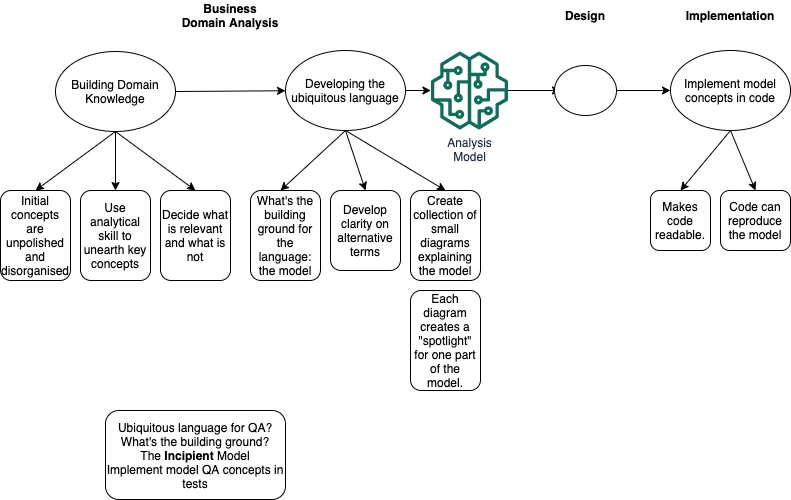
Before: domain-driven-design.png, a diagram exported from draw.io (s-gurjit/diagrams). Source tidied: cells renumbered, new cells last; positions are measured from the earlier drawing's top-left corner, leaving out a move shared by most shapes.
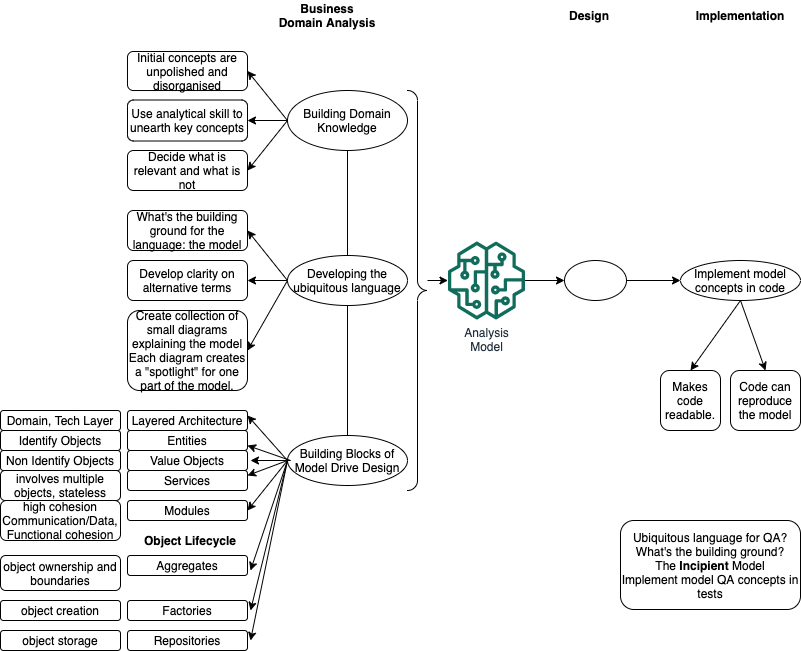
After the commit.

Change to the diagram source:
```diff
@@ -2,103 +2,193 @@
   <root>
     <mxCell id="0" />
     <mxCell id="1" parent="0" />
-    <mxCell id="2" style="rounded=0;jettySize=auto;html=1;exitX=0.5;exitY=1;exitDx=0;exitDy=0;" parent="1" edge="1" source="4" target="6">
+    <mxCell id="2" style="rounded=0;jettySize=auto;html=1;exitX=0;exitY=0.5;exitDx=0;exitDy=0;" parent="1" edge="1" source="4" target="6">
       <mxGeometry relative="1" as="geometry" />
     </mxCell>
-    <mxCell id="3" style="edgeStyle=none;rounded=0;jettySize=auto;html=1;" parent="1" edge="1" source="4" target="22">
-      <mxGeometry relative="1" as="geometry" />
-    </mxCell>
     <mxCell id="4" value="Building Domain Knowledge" style="ellipse;whiteSpace=wrap;html=1;" parent="1" vertex="1">
-      <mxGeometry x="55" y="51" width="120" height="80" as="geometry" />
+      <mxGeometry x="277" y="90" width="120" height="60" as="geometry" />
     </mxCell>
     <mxCell id="5" value="Initial concepts are unpolished and disorganised" style="rounded=1;whiteSpace=wrap;html=1;" parent="1" vertex="1">
-      <mxGeometry y="190" width="70" height="90" as="geometry" />
+      <mxGeometry x="117" y="51" width="120" height="39" as="geometry" />
     </mxCell>
     <mxCell id="6" value="Use analytical skill to unearth key concepts" style="rounded=1;whiteSpace=wrap;html=1;" parent="1" vertex="1">
-      <mxGeometry x="80" y="190" width="70" height="90" as="geometry" />
+      <mxGeometry x="117" y="99.5" width="120" height="41" as="geometry" />
     </mxCell>
     <mxCell id="7" value="Decide what is relevant and what is not" style="rounded=1;whiteSpace=wrap;html=1;" parent="1" vertex="1">
-      <mxGeometry x="160" y="190" width="70" height="90" as="geometry" />
+      <mxGeometry x="117" y="150" width="120" height="40" as="geometry" />
     </mxCell>
     <mxCell id="8" value="Ubiquitous language for QA?&lt;br&gt;What's the building ground?&lt;br&gt;The &lt;b&gt;Incipient&lt;/b&gt;&amp;nbsp;Model&lt;br&gt;Implement model QA concepts in tests" style="rounded=1;whiteSpace=wrap;html=1;" parent="1" vertex="1">
-      <mxGeometry x="105" y="410" width="180" height="89" as="geometry" />
+      <mxGeometry x="610" y="520" width="180" height="89" as="geometry" />
     </mxCell>
     <mxCell id="9" value="What's the building ground for the language: the model" style="rounded=1;whiteSpace=wrap;html=1;" parent="1" vertex="1">
-      <mxGeometry x="250" y="190" width="70" height="90" as="geometry" />
+      <mxGeometry x="117" y="210" width="120" height="40" as="geometry" />
     </mxCell>
-    <mxCell id="10" style="endArrow=classic;html=1;entryX=0.5;entryY=0;entryDx=0;entryDy=0;exitX=0.5;exitY=1;exitDx=0;exitDy=0;" parent="1" edge="1" source="4" target="5">
+    <mxCell id="10" style="endArrow=classic;html=1;entryX=1;entryY=0.5;entryDx=0;entryDy=0;exitX=0;exitY=0.5;exitDx=0;exitDy=0;" parent="1" edge="1" source="4" target="5">
       <mxGeometry relative="1" as="geometry" />
     </mxCell>
-    <mxCell id="11" style="rounded=0;jettySize=auto;html=1;entryX=0.5;entryY=0;entryDx=0;entryDy=0;exitX=0.5;exitY=1;exitDx=0;exitDy=0;" parent="1" edge="1" source="4" target="7">
+    <mxCell id="11" style="rounded=0;jettySize=auto;html=1;entryX=1;entryY=0.5;entryDx=0;entryDy=0;exitX=0;exitY=0.5;exitDx=0;exitDy=0;" parent="1" edge="1" source="4" target="7">
       <mxGeometry relative="1" as="geometry" />
     </mxCell>
-    <mxCell id="12" style="rounded=0;jettySize=auto;html=1;entryX=0.5;entryY=0;entryDx=0;entryDy=0;exitX=0.5;exitY=1;exitDx=0;exitDy=0;" parent="1" edge="1" source="22">
-      <mxGeometry relative="1" as="geometry">
-        <mxPoint x="280" y="190" as="targetPoint" />
-      </mxGeometry>
+    <mxCell id="12" style="rounded=0;jettySize=auto;html=1;entryX=1;entryY=0.5;entryDx=0;entryDy=0;exitX=0;exitY=0.5;exitDx=0;exitDy=0;" parent="1" edge="1" source="22" target="9">
+      <mxGeometry relative="1" as="geometry" />
     </mxCell>
     <mxCell id="13" value="Develop clarity on alternative terms" style="rounded=1;whiteSpace=wrap;html=1;" parent="1" vertex="1">
-      <mxGeometry x="330" y="190" width="70" height="80" as="geometry" />
+      <mxGeometry x="117" y="260" width="120" height="40" as="geometry" />
     </mxCell>
-    <mxCell id="14" style="endArrow=classic;html=1;entryX=0.5;entryY=0;entryDx=0;entryDy=0;exitX=0.5;exitY=1;exitDx=0;exitDy=0;" parent="1" edge="1" source="22" target="13">
+    <mxCell id="14" style="endArrow=classic;html=1;entryX=1;entryY=0.5;entryDx=0;entryDy=0;exitX=0;exitY=0.5;exitDx=0;exitDy=0;" parent="1" edge="1" source="22" target="13">
       <mxGeometry relative="1" as="geometry" />
     </mxCell>
     <mxCell id="15" value="Makes code readable." style="rounded=1;whiteSpace=wrap;html=1;" parent="1" vertex="1">
-      <mxGeometry x="650" y="190" width="60" height="60" as="geometry" />
+      <mxGeometry x="650" y="370" width="60" height="60" as="geometry" />
     </mxCell>
     <mxCell id="16" style="endArrow=classic;html=1;exitX=0.5;exitY=1;exitDx=0;exitDy=0;" parent="1" edge="1" source="24">
       <mxGeometry relative="1" as="geometry">
-        <mxPoint x="680" y="190" as="targetPoint" />
+        <mxPoint x="680" y="370" as="targetPoint" />
       </mxGeometry>
     </mxCell>
     <mxCell id="17" value="Code can reproduce the model" style="rounded=1;whiteSpace=wrap;html=1;" parent="1" vertex="1">
-      <mxGeometry x="720" y="190" width="70" height="60" as="geometry" />
+      <mxGeometry x="720" y="370" width="70" height="60" as="geometry" />
     </mxCell>
     <mxCell id="18" style="endArrow=classic;html=1;exitX=0.5;exitY=1;exitDx=0;exitDy=0;" parent="1" edge="1" source="24">
       <mxGeometry relative="1" as="geometry">
-        <mxPoint x="755" y="190" as="targetPoint" />
+        <mxPoint x="755" y="370" as="targetPoint" />
       </mxGeometry>
     </mxCell>
-    <mxCell id="19" value="Create collection of small diagrams explaining the model" style="rounded=1;whiteSpace=wrap;html=1;" parent="1" vertex="1">
-      <mxGeometry x="410" y="190" width="70" height="90" as="geometry" />
+    <mxCell id="19" value="Create collection of small diagrams explaining the model&lt;br&gt;Each diagram creates a &quot;spotlight&quot; for one part of the model." style="rounded=1;whiteSpace=wrap;html=1;" parent="1" vertex="1">
+      <mxGeometry x="117" y="310" width="120" height="80" as="geometry" />
     </mxCell>
-    <mxCell id="20" style="endArrow=classic;html=1;entryX=0.5;entryY=0;entryDx=0;entryDy=0;exitX=0.5;exitY=1;exitDx=0;exitDy=0;" parent="1" edge="1" source="22" target="19">
+    <mxCell id="20" style="endArrow=classic;html=1;exitX=0;exitY=0.5;exitDx=0;exitDy=0;entryX=1;entryY=0.5;entryDx=0;entryDy=0;" parent="1" edge="1" source="22" target="19">
       <mxGeometry relative="1" as="geometry" />
     </mxCell>
-    <mxCell id="21" style="edgeStyle=none;rounded=0;jettySize=auto;html=1;" parent="1" edge="1" source="22" target="28">
-      <mxGeometry relative="1" as="geometry" />
+    <mxCell id="21" style="edgeStyle=none;rounded=0;jettySize=auto;html=1;" parent="1" edge="1" target="28">
+      <mxGeometry relative="1" as="geometry">
+        <mxPoint x="417" y="280" as="sourcePoint" />
+      </mxGeometry>
     </mxCell>
     <mxCell id="22" value="&lt;span&gt;Developing the ubiquitous language&lt;/span&gt;" style="ellipse;whiteSpace=wrap;html=1;" parent="1" vertex="1">
-      <mxGeometry x="285" y="50" width="120" height="80" as="geometry" />
+      <mxGeometry x="277" y="255" width="120" height="50" as="geometry" />
     </mxCell>
     <mxCell id="23" value="Business Domain Analysis" style="text;html=1;strokeColor=none;fillColor=none;align=center;verticalAlign=middle;whiteSpace=wrap;rounded=0;fontStyle=1;" parent="1" vertex="1">
-      <mxGeometry x="180" width="100" height="30" as="geometry" />
+      <mxGeometry x="267" width="100" height="30" as="geometry" />
     </mxCell>
     <mxCell id="24" value="Implement model concepts in code" style="ellipse;whiteSpace=wrap;html=1;" parent="1" vertex="1">
-      <mxGeometry x="670" y="50" width="120" height="80" as="geometry" />
+      <mxGeometry x="670" y="260" width="120" height="40" as="geometry" />
     </mxCell>
     <mxCell id="25" value="Design" style="text;html=1;strokeColor=none;fillColor=none;align=center;verticalAlign=middle;whiteSpace=wrap;rounded=0;fontStyle=1;" parent="1" vertex="1">
-      <mxGeometry x="560" width="50" height="30" as="geometry" />
+      <mxGeometry x="554" width="50" height="30" as="geometry" />
     </mxCell>
     <mxCell id="26" value="Implementation" style="text;html=1;strokeColor=none;fillColor=none;align=center;verticalAlign=middle;whiteSpace=wrap;rounded=0;fontStyle=1;" parent="1" vertex="1">
       <mxGeometry x="680" width="100" height="30" as="geometry" />
     </mxCell>
-    <mxCell id="27" style="edgeStyle=none;rounded=0;jettySize=auto;html=1;" parent="1" edge="1" source="28">
-      <mxGeometry relative="1" as="geometry">
-        <mxPoint x="560" y="90" as="targetPoint" />
-      </mxGeometry>
+    <mxCell id="27" style="edgeStyle=none;rounded=0;jettySize=auto;html=1;entryX=0;entryY=0.5;entryDx=0;entryDy=0;" parent="1" edge="1" source="28" target="31">
+      <mxGeometry relative="1" as="geometry" />
     </mxCell>
     <mxCell id="28" value="Analysis&lt;br&gt;Model" style="outlineConnect=0;fontColor=#232F3E;gradientColor=none;fillColor=#116D5B;strokeColor=none;dashed=0;verticalLabelPosition=bottom;verticalAlign=top;align=center;html=1;fontSize=12;fontStyle=0;shape=mxgraph.aws4.sagemaker_model;" parent="1" vertex="1">
-      <mxGeometry x="430" y="51" width="78" height="78" as="geometry" />
+      <mxGeometry x="437" y="241" width="78" height="78" as="geometry" />
     </mxCell>
-    <mxCell id="29" value="Each diagram creates a &quot;spotlight&quot; for one part of the model." style="rounded=1;whiteSpace=wrap;html=1;" parent="1" vertex="1">
-      <mxGeometry x="410" y="290" width="70" height="100" as="geometry" />
-    </mxCell>
     <mxCell id="30" style="edgeStyle=none;rounded=0;jettySize=auto;html=1;" parent="1" edge="1" source="31" target="24">
       <mxGeometry relative="1" as="geometry" />
     </mxCell>
     <mxCell id="31" style="ellipse;whiteSpace=wrap;html=1;" parent="1" vertex="1">
-      <mxGeometry x="554" y="65" width="62" height="50" as="geometry" />
+      <mxGeometry x="554" y="260" width="62" height="40" as="geometry" />
     </mxCell>
+    <mxCell id="32" value="&lt;span&gt;Building Blocks of Model Drive Design&lt;/span&gt;" style="ellipse;whiteSpace=wrap;html=1;" parent="1" vertex="1">
+      <mxGeometry x="277" y="435" width="120" height="50" as="geometry" />
+    </mxCell>
+    <mxCell id="33" value="Entities" style="rounded=1;whiteSpace=wrap;html=1;" parent="1" vertex="1">
+      <mxGeometry x="117" y="430" width="120" height="20" as="geometry" />
+    </mxCell>
+    <mxCell id="34" value="Value Objects" style="rounded=1;whiteSpace=wrap;html=1;" parent="1" vertex="1">
+      <mxGeometry x="117" y="450" width="120" height="20" as="geometry" />
+    </mxCell>
+    <mxCell id="35" value="Services" style="rounded=1;whiteSpace=wrap;html=1;" parent="1" vertex="1">
+      <mxGeometry x="117" y="470" width="120" height="20" as="geometry" />
+    </mxCell>
+    <mxCell id="36" value="Layered Architecture" style="rounded=1;whiteSpace=wrap;html=1;" parent="1" vertex="1">
+      <mxGeometry x="117" y="410" width="120" height="20" as="geometry" />
+    </mxCell>
+    <mxCell id="37" value="Modules" style="rounded=1;whiteSpace=wrap;html=1;" parent="1" vertex="1">
+      <mxGeometry x="117" y="500" width="120" height="20" as="geometry" />
+    </mxCell>
+    <mxCell id="38" value="Aggregates" style="rounded=1;whiteSpace=wrap;html=1;" parent="1" vertex="1">
+      <mxGeometry x="117" y="555" width="120" height="20" as="geometry" />
+    </mxCell>
+    <mxCell id="39" style="endArrow=none;html=1;entryX=0.5;entryY=1;entryDx=0;entryDy=0;" parent="1" edge="1" source="22" target="4">
+      <mxGeometry relative="1" as="geometry" />
+    </mxCell>
+    <mxCell id="40" style="endArrow=none;html=1;entryX=0.5;entryY=1;entryDx=0;entryDy=0;exitX=0.5;exitY=0;exitDx=0;exitDy=0;" parent="1" edge="1" source="32" target="22">
+      <mxGeometry relative="1" as="geometry" />
+    </mxCell>
+    <mxCell id="41" style="labelPosition=right;align=left;strokeWidth=1;shape=mxgraph.mockup.markup.curlyBrace;html=1;shadow=0;dashed=0;direction=north;rotation=-180;" parent="1" vertex="1">
+      <mxGeometry x="397" y="90" width="20" height="400" as="geometry" />
+    </mxCell>
+    <mxCell id="42" value="Identify Objects" style="rounded=1;whiteSpace=wrap;html=1;" parent="1" vertex="1">
+      <mxGeometry x="-10" y="430" width="120" height="20" as="geometry" />
+    </mxCell>
+    <mxCell id="43" value="Non Identify Objects" style="rounded=1;whiteSpace=wrap;html=1;" parent="1" vertex="1">
+      <mxGeometry x="-10" y="450" width="120" height="20" as="geometry" />
+    </mxCell>
+    <mxCell id="44" value="involves multiple objects, stateless" style="rounded=1;whiteSpace=wrap;html=1;" parent="1" vertex="1">
+      <mxGeometry x="-10" y="470" width="120" height="30" as="geometry" />
+    </mxCell>
+    <mxCell id="45" value="Domain, Tech Layer" style="rounded=1;whiteSpace=wrap;html=1;" parent="1" vertex="1">
+      <mxGeometry x="-10" y="410" width="120" height="20" as="geometry" />
+    </mxCell>
+    <mxCell id="46" value="high cohesion&lt;br&gt;Communication/Data, Functional cohesion" style="rounded=1;whiteSpace=wrap;html=1;" parent="1" vertex="1">
+      <mxGeometry x="-10" y="500" width="120" height="40" as="geometry" />
+    </mxCell>
+    <mxCell id="47" value="object ownership and boundaries" style="rounded=1;whiteSpace=wrap;html=1;" parent="1" vertex="1">
+      <mxGeometry x="-10" y="555" width="120" height="35" as="geometry" />
+    </mxCell>
+    <mxCell id="48" value="Factories" style="rounded=1;whiteSpace=wrap;html=1;" parent="1" vertex="1">
+      <mxGeometry x="117" y="600" width="120" height="20" as="geometry" />
+    </mxCell>
+    <mxCell id="49" value="Repositories" style="rounded=1;whiteSpace=wrap;html=1;" parent="1" vertex="1">
+      <mxGeometry x="117" y="630" width="120" height="20" as="geometry" />
+    </mxCell>
+    <mxCell id="50" value="&lt;b&gt;Object Lifecycle&lt;/b&gt;" style="text;html=1;strokeColor=none;fillColor=none;align=center;verticalAlign=middle;whiteSpace=wrap;rounded=0;" parent="1" vertex="1">
+      <mxGeometry x="120" y="530" width="120" height="20" as="geometry" />
+    </mxCell>
+    <mxCell id="51" value="object creation" style="rounded=1;whiteSpace=wrap;html=1;" parent="1" vertex="1">
+      <mxGeometry x="-10" y="600" width="120" height="20" as="geometry" />
+    </mxCell>
+    <mxCell id="52" value="object storage" style="rounded=1;whiteSpace=wrap;html=1;" parent="1" vertex="1">
+      <mxGeometry x="-10" y="630" width="120" height="20" as="geometry" />
+    </mxCell>
+    <mxCell id="53" style="endArrow=classic;html=1;entryX=1;entryY=0.25;entryDx=0;entryDy=0;exitX=0;exitY=0.5;exitDx=0;exitDy=0;" parent="1" edge="1" source="32" target="36">
+      <mxGeometry relative="1" as="geometry" />
+    </mxCell>
+    <mxCell id="54" style="endArrow=classic;html=1;entryX=1;entryY=0.75;entryDx=0;entryDy=0;" parent="1" edge="1" target="33">
+      <mxGeometry relative="1" as="geometry">
+        <mxPoint x="280" y="460" as="sourcePoint" />
+      </mxGeometry>
+    </mxCell>
+    <mxCell id="55" style="endArrow=classic;html=1;" parent="1" edge="1">
+      <mxGeometry relative="1" as="geometry">
+        <mxPoint x="280" y="460" as="sourcePoint" />
+        <mxPoint x="240" y="460" as="targetPoint" />
+      </mxGeometry>
+    </mxCell>
+    <mxCell id="56" style="endArrow=classic;html=1;entryX=1;entryY=0.25;entryDx=0;entryDy=0;exitX=0;exitY=0.5;exitDx=0;exitDy=0;" parent="1" edge="1" source="32" target="35">
+      <mxGeometry relative="1" as="geometry" />
+    </mxCell>
+    <mxCell id="57" style="endArrow=classic;html=1;entryX=1;entryY=0.5;entryDx=0;entryDy=0;exitX=0;exitY=0.5;exitDx=0;exitDy=0;" parent="1" edge="1" source="32" target="37">
+      <mxGeometry relative="1" as="geometry" />
+    </mxCell>
+    <mxCell id="58" style="endArrow=classic;html=1;exitX=0;exitY=0.5;exitDx=0;exitDy=0;" parent="1" edge="1" source="32">
+      <mxGeometry relative="1" as="geometry">
+        <mxPoint x="240" y="570" as="targetPoint" />
+      </mxGeometry>
+    </mxCell>
+    <mxCell id="59" style="endArrow=classic;html=1;exitX=0;exitY=0.5;exitDx=0;exitDy=0;" parent="1" edge="1" source="32">
+      <mxGeometry relative="1" as="geometry">
+        <mxPoint x="240" y="610" as="targetPoint" />
+      </mxGeometry>
+    </mxCell>
+    <mxCell id="60" style="endArrow=classic;html=1;exitX=0;exitY=0.5;exitDx=0;exitDy=0;" parent="1" edge="1" source="32">
+      <mxGeometry relative="1" as="geometry">
+        <mxPoint x="240" y="640" as="targetPoint" />
+      </mxGeometry>
+    </mxCell>
   </root>
 </mxGraphModel>
```
